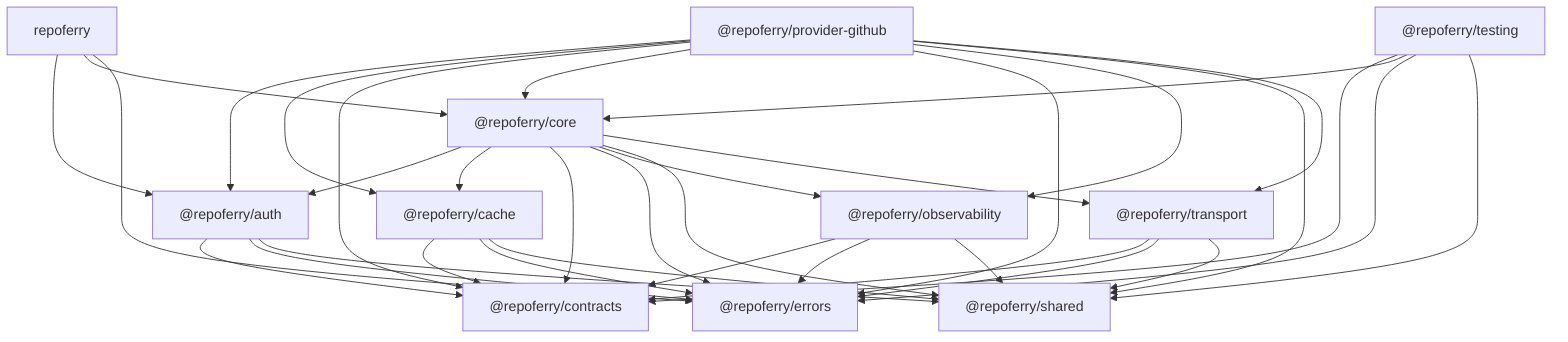
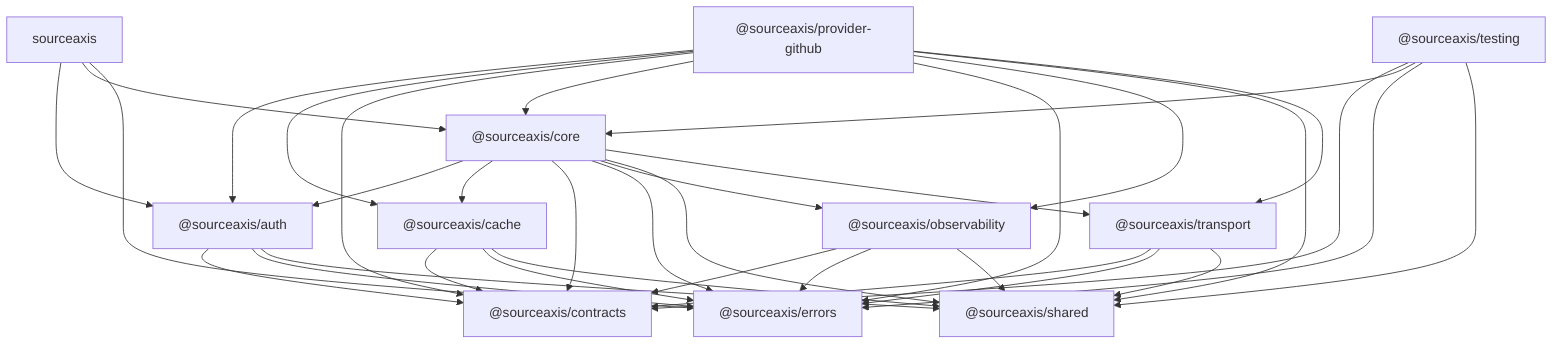
flowchart TD
-   RepoFerry["repoferry"]
-   Core["@repoferry/core"]
-   Contracts["@repoferry/contracts"]
-   Auth["@repoferry/auth"]
-   Cache["@repoferry/cache"]
-   Errors["@repoferry/errors"]
-   Observability["@repoferry/observability"]
-   Shared["@repoferry/shared"]
-   Testing["@repoferry/testing"]
-   Transport["@repoferry/transport"]
-   GitHub["@repoferry/provider-github"]
+   SourceAxis["sourceaxis"]
+   Core["@sourceaxis/core"]
+   Contracts["@sourceaxis/contracts"]
+   Auth["@sourceaxis/auth"]
+   Cache["@sourceaxis/cache"]
+   Errors["@sourceaxis/errors"]
+   Observability["@sourceaxis/observability"]
+   Shared["@sourceaxis/shared"]
+   Testing["@sourceaxis/testing"]
+   Transport["@sourceaxis/transport"]
+   GitHub["@sourceaxis/provider-github"]

-   RepoFerry --> Auth
-   RepoFerry --> Core
-   RepoFerry --> Errors
+   SourceAxis --> Auth
+   SourceAxis --> Core
+   SourceAxis --> Errors

  Core --> Auth
  Core --> Cache
  Core --> Contracts
  Core --> Errors
  Core --> Observability
  Core --> Shared
  Core --> Transport

  Auth --> Contracts
  Auth --> Errors
  Auth --> Shared

  Cache --> Contracts
  Cache --> Errors
  Cache --> Shared

  Observability --> Contracts
  Observability --> Errors
  Observability --> Shared

  Transport --> Contracts
  Transport --> Errors
  Transport --> Shared

  GitHub --> Auth
  GitHub --> Cache
  GitHub --> Contracts
  GitHub --> Core
  GitHub --> Errors
  GitHub --> Observability
  GitHub --> Shared
  GitHub --> Transport

  Testing --> Contracts
  Testing --> Core
  Testing --> Errors
  Testing --> Shared
